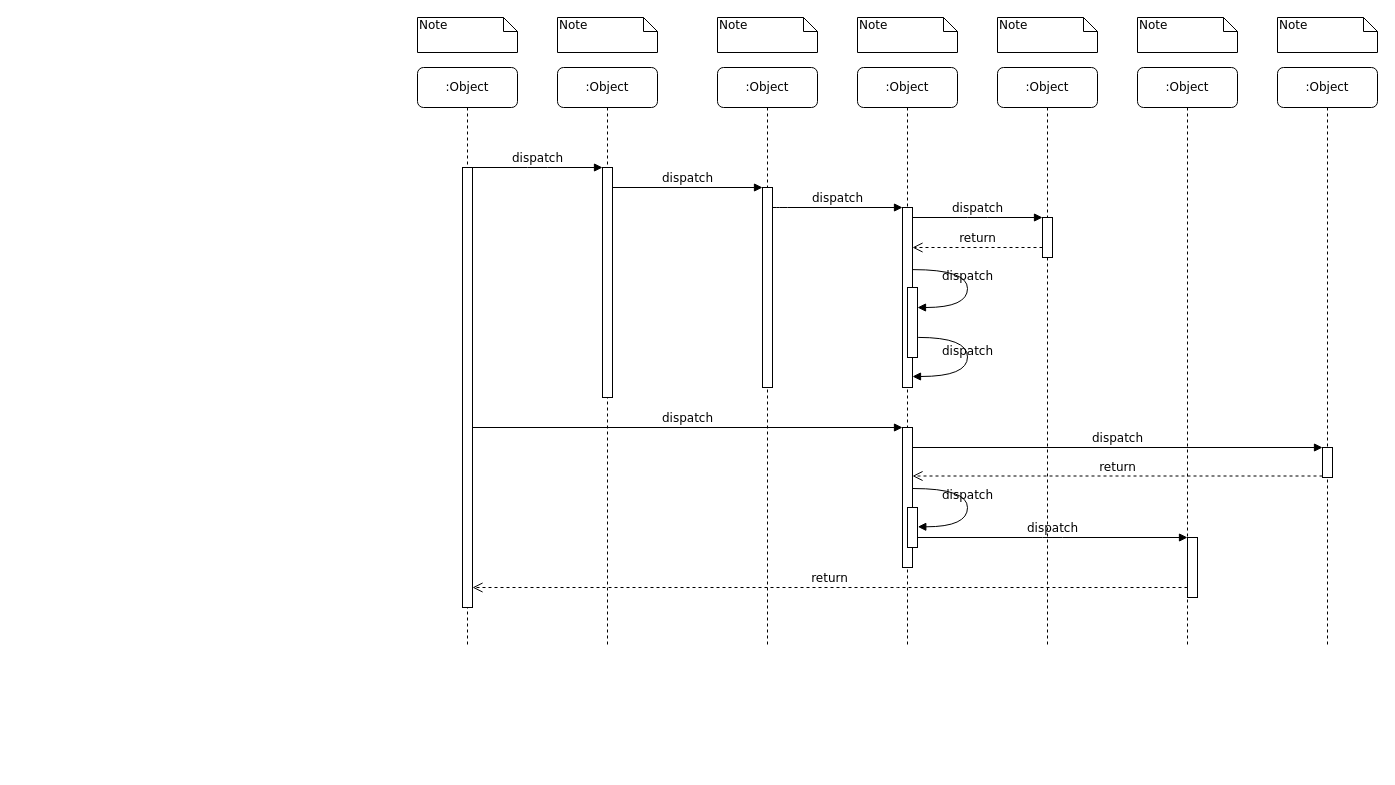
Earlier version of the draw.io diagram 未命名绘图.drawio (jerry-fighting/C-Learning). Source tidied: cells renumbered, new cells numbered last; positions are measured from the earlier drawing's top-left corner, leaving out a move shared by most shapes. Both pictures are drawn from the tidied source at 100%, with x=0, y=0 at pixel (417, 17).
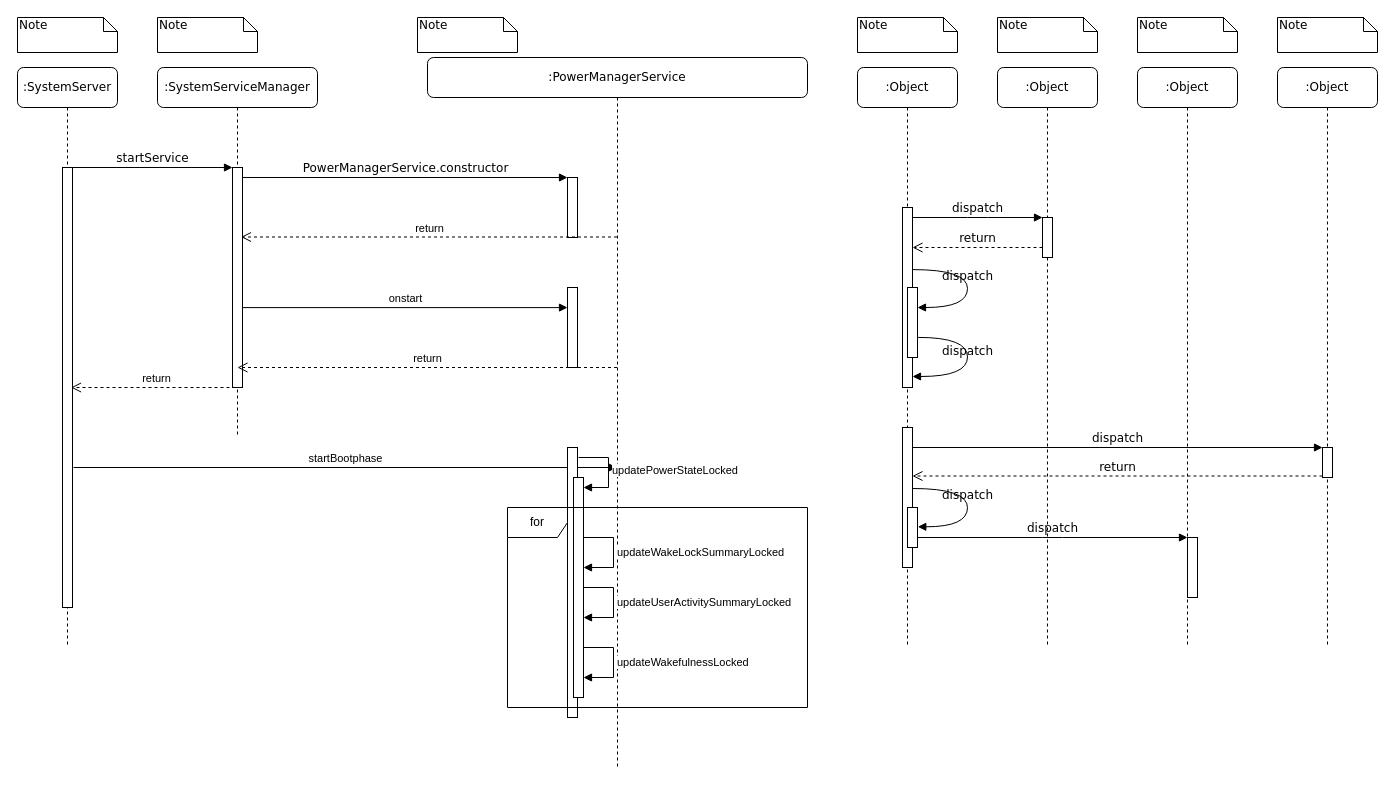
The same page after the edit.

The change refers to these unchanged cells:
```xml
<mxCell id="11" style="html=1;points=[];perimeter=orthogonalPerimeter;rounded=0;shadow=0;comic=0;labelBackgroundColor=none;strokeWidth=1;fontFamily=Verdana;fontSize=12;align=center;" parent="10" vertex="1">
  <mxGeometry x="45" y="100" width="10" height="440" as="geometry" />
</mxCell>
<mxCell id="12" style="html=1;points=[];perimeter=orthogonalPerimeter;rounded=0;shadow=0;comic=0;labelBackgroundColor=none;strokeWidth=1;fontFamily=Verdana;fontSize=12;align=center;" parent="1" vertex="1">
  <mxGeometry x="485" y="190" width="10" height="180" as="geometry" />
</mxCell>
<mxCell id="17" style="html=1;points=[];perimeter=orthogonalPerimeter;rounded=0;shadow=0;comic=0;labelBackgroundColor=none;strokeWidth=1;fontFamily=Verdana;fontSize=12;align=center;" parent="1" vertex="1">
  <mxGeometry x="485" y="410" width="10" height="140" as="geometry" />
</mxCell>
<mxCell id="22" style="html=1;points=[];perimeter=orthogonalPerimeter;rounded=0;shadow=0;comic=0;labelBackgroundColor=none;strokeWidth=1;fontFamily=Verdana;fontSize=12;align=center;" parent="1" vertex="1">
  <mxGeometry x="770" y="520" width="10" height="60" as="geometry" />
</mxCell>
```

What changed in the source:
```diff
@@
+    <mxCell id="39" parent="0" />
+    <mxCell id="40" value="startBootphase" style="html=1;verticalAlign=bottom;endArrow=block;curved=0;rounded=0;" parent="39" edge="1" target="4">
+      <mxGeometry relative="1" as="geometry">
+        <mxPoint x="-344" y="450" as="sourcePoint" />
+      </mxGeometry>
+    </mxCell>
@@
-    <mxCell id="2" value=":Object" style="shape=umlLifeline;perimeter=lifelinePerimeter;whiteSpace=wrap;html=1;rounded=1;shadow=0;comic=0;labelBackgroundColor=none;strokeWidth=1;fontFamily=Verdana;fontSize=12;align=center;" parent="1" vertex="1">
-      <mxGeometry x="140" y="50" width="100" height="580" as="geometry" />
+    <mxCell id="2" value=":SystemServiceManager" style="shape=umlLifeline;perimeter=lifelinePerimeter;whiteSpace=wrap;html=1;rounded=1;shadow=0;comic=0;labelBackgroundColor=none;strokeWidth=1;fontFamily=Verdana;fontSize=12;align=center;" parent="1" vertex="1">
+      <mxGeometry x="-260" y="50" width="160" height="370" as="geometry" />
     </mxCell>
     <mxCell id="3" style="html=1;points=[];perimeter=orthogonalPerimeter;rounded=0;shadow=0;comic=0;labelBackgroundColor=none;strokeWidth=1;fontFamily=Verdana;fontSize=12;align=center;" parent="2" vertex="1">
-      <mxGeometry x="45" y="100" width="10" height="230" as="geometry" />
+      <mxGeometry x="75" y="100" width="10" height="220" as="geometry" />
     </mxCell>
+    <mxCell id="41" value="onstart" style="html=1;verticalAlign=bottom;endArrow=block;curved=0;rounded=0;exitX=0.5;exitY=0.667;exitDx=0;exitDy=0;exitPerimeter=0;" parent="2" edge="1" target="43">
+      <mxGeometry relative="1" as="geometry">
+        <mxPoint x="85" y="240.1" as="sourcePoint" />
+      </mxGeometry>
+    </mxCell>
+    <mxCell id="42" value="return" style="html=1;verticalAlign=bottom;endArrow=open;dashed=1;endSize=8;curved=0;rounded=0;" parent="2" edge="1">
+      <mxGeometry relative="1" as="geometry">
+        <mxPoint x="84" y="320" as="sourcePoint" />
+        <mxPoint x="-86.5" y="320" as="targetPoint" />
+      </mxGeometry>
+    </mxCell>
-    <mxCell id="4" value=":Object" style="shape=umlLifeline;perimeter=lifelinePerimeter;whiteSpace=wrap;html=1;outlineConnect=0;rounded=1;shadow=0;comic=0;labelBackgroundColor=none;strokeWidth=1;fontFamily=Verdana;fontSize=12;align=center;" parent="1" vertex="1">
-      <mxGeometry x="300" y="50" width="100" height="580" as="geometry" />
+    <mxCell id="4" value=":PowerManagerService" style="shape=umlLifeline;perimeter=lifelinePerimeter;whiteSpace=wrap;html=1;outlineConnect=0;rounded=1;shadow=0;comic=0;labelBackgroundColor=none;strokeWidth=1;fontFamily=Verdana;fontSize=12;align=center;" parent="1" vertex="1">
+      <mxGeometry x="10" y="40" width="380" height="710" as="geometry" />
     </mxCell>
     <mxCell id="5" style="html=1;points=[];perimeter=orthogonalPerimeter;rounded=0;shadow=0;comic=0;labelBackgroundColor=none;strokeWidth=1;fontFamily=Verdana;fontSize=12;align=center;" parent="4" vertex="1">
-      <mxGeometry x="45" y="120" width="10" height="200" as="geometry" />
+      <mxGeometry x="140" y="120" width="10" height="60" as="geometry" />
     </mxCell>
+    <mxCell id="43" style="html=1;points=[[0,0,0,0,5],[0,1,0,0,-5],[1,0,0,0,5],[1,1,0,0,-5]];perimeter=orthogonalPerimeter;outlineConnect=0;targetShapes=umlLifeline;portConstraint=eastwest;newEdgeStyle={&quot;curved&quot;:0,&quot;rounded&quot;:0};" parent="4" vertex="1">
+      <mxGeometry x="140" y="230" width="10" height="80" as="geometry" />
+    </mxCell>
+    <mxCell id="44" style="html=1;perimeter=orthogonalPerimeter;targetShapes=umlLifeline;newEdgeStyle={&quot;curved&quot;:0,&quot;rounded&quot;:0};" parent="4" vertex="1">
+      <mxGeometry x="140" y="390" width="10" height="270" as="geometry" />
+    </mxCell>
+    <mxCell id="45" style="html=1;points=[[0,0,0,0,5],[0,1,0,0,-5],[1,0,0,0,5],[1,1,0,0,-5]];perimeter=orthogonalPerimeter;outlineConnect=0;targetShapes=umlLifeline;portConstraint=eastwest;newEdgeStyle={&quot;curved&quot;:0,&quot;rounded&quot;:0};" parent="4" vertex="1">
+      <mxGeometry x="146" y="420" width="10" height="220" as="geometry" />
+    </mxCell>
+    <mxCell id="46" value="updatePowerStateLocked" style="html=1;align=left;spacingLeft=2;endArrow=block;rounded=0;edgeStyle=orthogonalEdgeStyle;curved=0;rounded=0;" parent="4" edge="1" target="45">
+      <mxGeometry relative="1" as="geometry">
+        <mxPoint x="151" y="400" as="sourcePoint" />
+        <Array as="points">
+          <mxPoint x="181" y="430" />
+        </Array>
+      </mxGeometry>
+    </mxCell>
+    <mxCell id="47" value="updateWakeLockSummaryLocked" style="html=1;align=left;spacingLeft=2;endArrow=block;rounded=0;edgeStyle=orthogonalEdgeStyle;curved=0;rounded=0;" parent="4" edge="1">
+      <mxGeometry relative="1" as="geometry">
+        <mxPoint x="156" y="480" as="sourcePoint" />
+        <mxPoint x="156" y="510" as="targetPoint" />
+        <Array as="points">
+          <mxPoint x="186" y="510" />
+        </Array>
+      </mxGeometry>
+    </mxCell>
+    <mxCell id="48" value="updateUserActivitySummaryLocked" style="html=1;align=left;spacingLeft=2;endArrow=block;rounded=0;edgeStyle=orthogonalEdgeStyle;curved=0;rounded=0;" parent="4" edge="1">
+      <mxGeometry relative="1" as="geometry">
+        <mxPoint x="156" y="530" as="sourcePoint" />
+        <mxPoint x="156" y="560" as="targetPoint" />
+        <Array as="points">
+          <mxPoint x="186" y="560" />
+        </Array>
+      </mxGeometry>
+    </mxCell>
+    <mxCell id="49" value="updateWakefulnessLocked" style="html=1;align=left;spacingLeft=2;endArrow=block;rounded=0;edgeStyle=orthogonalEdgeStyle;curved=0;rounded=0;" parent="4" edge="1">
+      <mxGeometry relative="1" as="geometry">
+        <mxPoint x="156" y="590" as="sourcePoint" />
+        <mxPoint x="156" y="620" as="targetPoint" />
+        <Array as="points">
+          <mxPoint x="186" y="620" />
+        </Array>
+      </mxGeometry>
+    </mxCell>
+    <mxCell id="50" value="for" style="shape=umlFrame;whiteSpace=wrap;html=1;" parent="4" vertex="1">
+      <mxGeometry x="80" y="450" width="300" height="200" as="geometry" />
+    </mxCell>
@@
-    <mxCell id="10" value=":Object" style="shape=umlLifeline;perimeter=lifelinePerimeter;whiteSpace=wrap;html=1;rounded=1;shadow=0;comic=0;labelBackgroundColor=none;strokeWidth=1;fontFamily=Verdana;fontSize=12;align=center;" parent="1" vertex="1">
-      <mxGeometry y="50" width="100" height="580" as="geometry" />
+    <mxCell id="10" value=":SystemServer" style="shape=umlLifeline;perimeter=lifelinePerimeter;whiteSpace=wrap;html=1;rounded=1;shadow=0;comic=0;labelBackgroundColor=none;strokeWidth=1;fontFamily=Verdana;fontSize=12;align=center;" parent="1" vertex="1">
+      <mxGeometry x="-400" y="50" width="100" height="580" as="geometry" />
     </mxCell>
@@
-    <mxCell id="13" value="dispatch" style="html=1;verticalAlign=bottom;endArrow=block;labelBackgroundColor=none;fontFamily=Verdana;fontSize=12;edgeStyle=elbowEdgeStyle;elbow=vertical;" parent="1" edge="1" source="5" target="12">
-      <mxGeometry relative="1" as="geometry">
-        <Array as="points">
-          <mxPoint x="360" y="190" />
-        </Array>
-      </mxGeometry>
-    </mxCell>
@@
-    <mxCell id="18" value="dispatch" style="html=1;verticalAlign=bottom;endArrow=block;entryX=0;entryY=0;labelBackgroundColor=none;fontFamily=Verdana;fontSize=12;" parent="1" edge="1" source="11" target="17">
-      <mxGeometry relative="1" as="geometry" />
-    </mxCell>
@@
-    <mxCell id="24" value="return" style="html=1;verticalAlign=bottom;endArrow=open;dashed=1;endSize=8;labelBackgroundColor=none;fontFamily=Verdana;fontSize=12;edgeStyle=elbowEdgeStyle;elbow=vertical;" parent="1" edge="1" source="22" target="11">
-      <mxGeometry relative="1" as="geometry">
-        <Array as="points">
-          <mxPoint x="470" y="570" />
-        </Array>
-      </mxGeometry>
-    </mxCell>
-    <mxCell id="25" value="dispatch" style="html=1;verticalAlign=bottom;endArrow=block;entryX=0;entryY=0;labelBackgroundColor=none;fontFamily=Verdana;fontSize=12;edgeStyle=elbowEdgeStyle;elbow=vertical;" parent="1" edge="1" source="11" target="3">
+    <mxCell id="25" value="startService" style="html=1;verticalAlign=bottom;endArrow=block;entryX=0;entryY=0;labelBackgroundColor=none;fontFamily=Verdana;fontSize=12;edgeStyle=elbowEdgeStyle;elbow=vertical;" parent="1" edge="1" source="11" target="3">
       <mxGeometry relative="1" as="geometry" />
     </mxCell>
-    <mxCell id="26" value="dispatch" style="html=1;verticalAlign=bottom;endArrow=block;entryX=0;entryY=0;labelBackgroundColor=none;fontFamily=Verdana;fontSize=12;edgeStyle=elbowEdgeStyle;elbow=vertical;" parent="1" edge="1" source="3" target="5">
+    <mxCell id="26" value="PowerManagerService.constructor" style="html=1;verticalAlign=bottom;endArrow=block;entryX=0;entryY=0;labelBackgroundColor=none;fontFamily=Verdana;fontSize=12;edgeStyle=elbowEdgeStyle;elbow=vertical;" parent="1" edge="1" source="3" target="5">
       <mxGeometry relative="1" as="geometry" />
     </mxCell>
@@
     <mxCell id="32" value="Note" style="shape=note;whiteSpace=wrap;html=1;size=14;verticalAlign=top;align=left;spacingTop=-6;rounded=0;shadow=0;comic=0;labelBackgroundColor=none;strokeWidth=1;fontFamily=Verdana;fontSize=12;" parent="1" vertex="1">
-      <mxGeometry width="100" height="35" as="geometry" />
+      <mxGeometry x="-400" width="100" height="35" as="geometry" />
     </mxCell>
     <mxCell id="33" value="Note" style="shape=note;whiteSpace=wrap;html=1;size=14;verticalAlign=top;align=left;spacingTop=-6;rounded=0;shadow=0;comic=0;labelBackgroundColor=none;strokeWidth=1;fontFamily=Verdana;fontSize=12;" parent="1" vertex="1">
-      <mxGeometry x="140" width="100" height="35" as="geometry" />
+      <mxGeometry x="-260" width="100" height="35" as="geometry" />
     </mxCell>
     <mxCell id="34" value="Note" style="shape=note;whiteSpace=wrap;html=1;size=14;verticalAlign=top;align=left;spacingTop=-6;rounded=0;shadow=0;comic=0;labelBackgroundColor=none;strokeWidth=1;fontFamily=Verdana;fontSize=12;" parent="1" vertex="1">
-      <mxGeometry x="300" width="100" height="35" as="geometry" />
+      <mxGeometry width="100" height="35" as="geometry" />
     </mxCell>
@@
+    <mxCell id="51" value="return" style="html=1;verticalAlign=bottom;endArrow=open;dashed=1;endSize=8;curved=0;rounded=0;" parent="1" edge="1" source="4">
+      <mxGeometry relative="1" as="geometry">
+        <mxPoint x="-176.5" y="219.5" as="targetPoint" />
+      </mxGeometry>
+    </mxCell>
+    <mxCell id="52" value="return" style="html=1;verticalAlign=bottom;endArrow=open;dashed=1;endSize=8;curved=0;rounded=0;" parent="1" edge="1" source="4">
+      <mxGeometry relative="1" as="geometry">
+        <mxPoint x="-180" y="350" as="targetPoint" />
+      </mxGeometry>
+    </mxCell>
```
